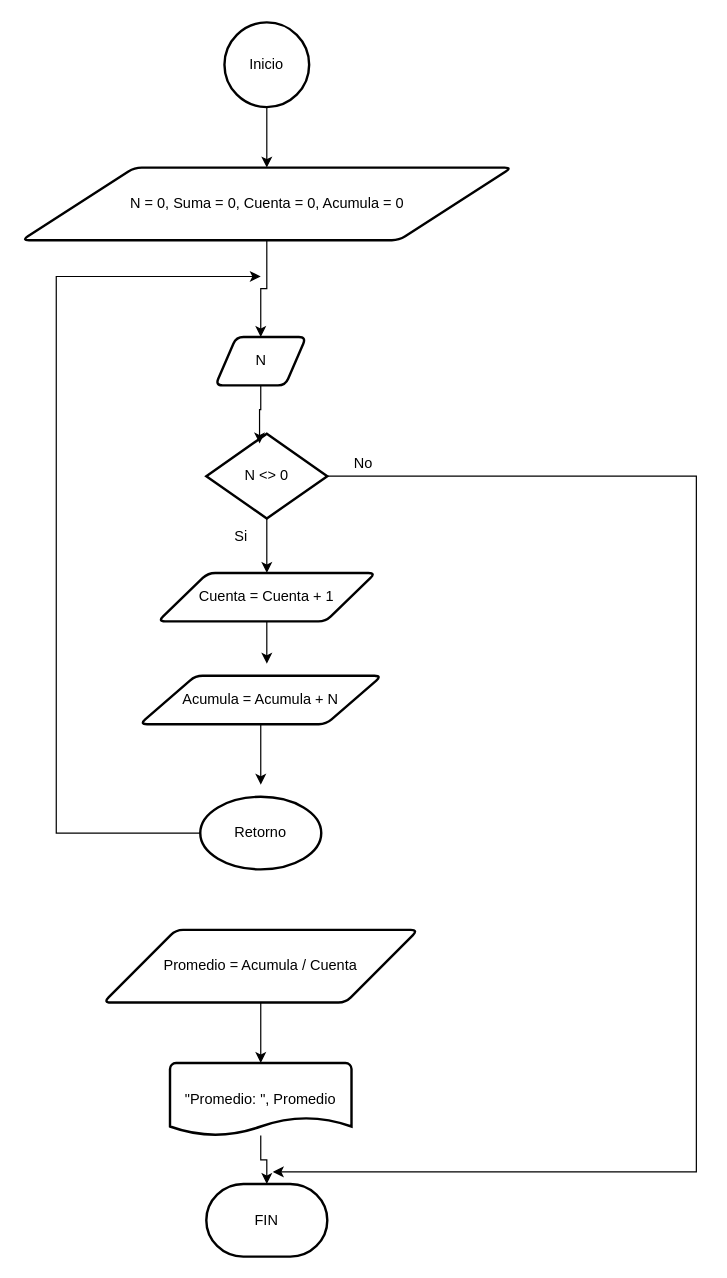
Before: Unidad_1/images/Diagrama Tarea1 Bucles y Condiciones.drawio in CGMarval/programacion, a draw.io diagram. Source tidied: cells renumbered, new cells numbered last; positions are measured from the earlier drawing's top-left corner, leaving out a move shared by most shapes. Both pictures are drawn from the tidied source at 121%, with x=0, y=0 at pixel (21, 22).
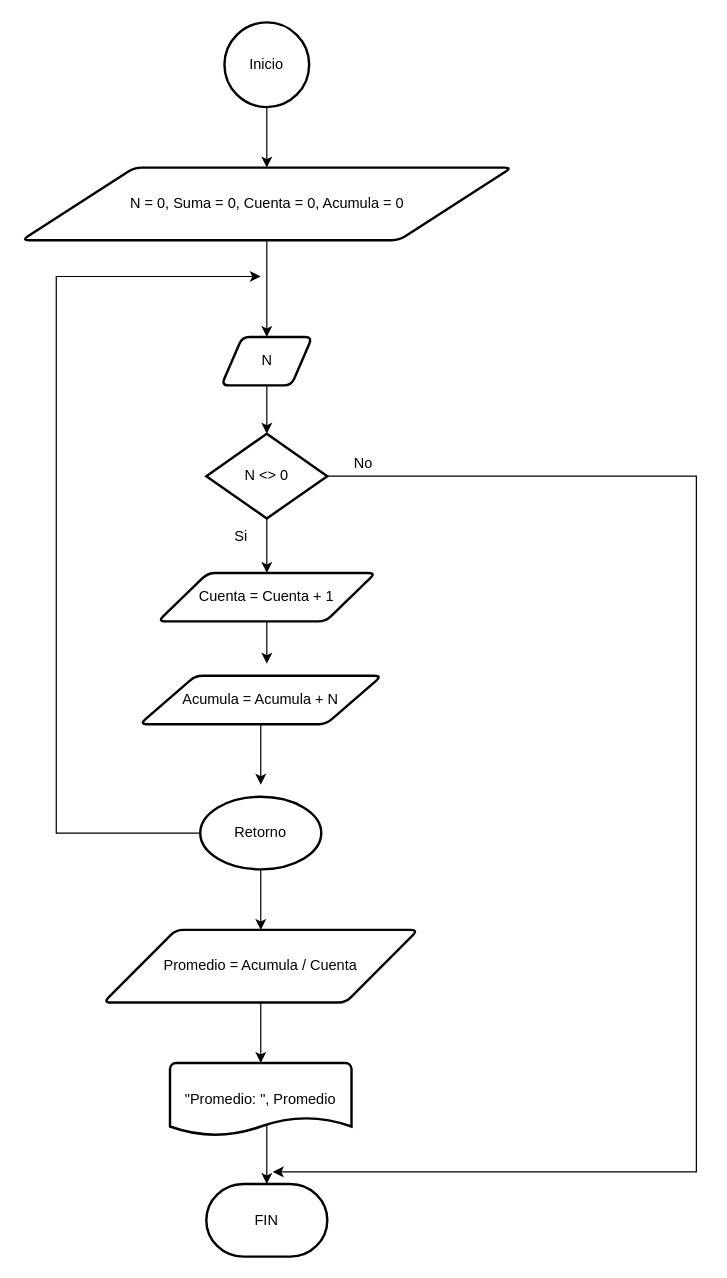
The same page after the edit.

Unchanged cells that the change refers to:
```xml
<mxCell id="9" value="N &amp;lt;&amp;gt; 0" style="strokeWidth=2;html=1;shape=mxgraph.flowchart.decision;whiteSpace=wrap;" parent="1" vertex="1">
  <mxGeometry x="153" y="340" width="100" height="70" as="geometry" />
</mxCell>
<mxCell id="15" value="Retorno" style="strokeWidth=2;html=1;shape=mxgraph.flowchart.start_1;whiteSpace=wrap;" parent="1" vertex="1">
  <mxGeometry x="148" y="640" width="100" height="60" as="geometry" />
</mxCell>
<mxCell id="18" value="Promedio = Acumula / Cuenta" style="shape=parallelogram;html=1;strokeWidth=2;perimeter=parallelogramPerimeter;whiteSpace=wrap;rounded=1;arcSize=12;size=0.23;" parent="1" vertex="1">
  <mxGeometry x="68" y="750" width="260" height="60" as="geometry" />
</mxCell>
<mxCell id="19" value="&quot;Promedio: &quot;, Promedio" style="strokeWidth=2;html=1;shape=mxgraph.flowchart.document2;whiteSpace=wrap;size=0.25;" parent="1" vertex="1">
  <mxGeometry x="123" y="860" width="150" height="60" as="geometry" />
</mxCell>
<mxCell id="21" value="FIN" style="strokeWidth=2;html=1;shape=mxgraph.flowchart.terminator;whiteSpace=wrap;" parent="1" vertex="1">
  <mxGeometry x="153" y="960" width="100" height="60" as="geometry" />
</mxCell>
```

What changed in the source:
```diff
@@
     <mxCell id="6" value="N" style="shape=parallelogram;html=1;strokeWidth=2;perimeter=parallelogramPerimeter;whiteSpace=wrap;rounded=1;arcSize=12;size=0.23;" parent="1" vertex="1">
-      <mxGeometry x="160.5" y="260" width="75" height="40" as="geometry" />
+      <mxGeometry x="165.5" y="260" width="75" height="40" as="geometry" />
     </mxCell>
@@
+    <mxCell id="24" style="edgeStyle=orthogonalEdgeStyle;rounded=0;jettySize=auto;html=1;entryX=0.5;entryY=0;entryDx=0;entryDy=0;" parent="1" edge="1" source="15" target="18">
+      <mxGeometry relative="1" as="geometry" />
+    </mxCell>
@@
-    <mxCell id="17" style="edgeStyle=orthogonalEdgeStyle;rounded=0;jettySize=auto;html=1;entryX=0.44;entryY=0.114;entryDx=0;entryDy=0;entryPerimeter=0;" parent="1" edge="1" source="6" target="9">
+    <mxCell id="17" style="edgeStyle=orthogonalEdgeStyle;rounded=0;jettySize=auto;html=1;entryX=0.5;entryY=0;entryDx=0;entryDy=0;entryPerimeter=0;" parent="1" edge="1" source="6" target="9">
       <mxGeometry relative="1" as="geometry" />
     </mxCell>
@@
-    <mxCell id="23" style="edgeStyle=orthogonalEdgeStyle;rounded=0;jettySize=auto;html=1;entryX=0.5;entryY=0;entryDx=0;entryDy=0;entryPerimeter=0;" parent="1" edge="1" source="19" target="21">
-      <mxGeometry relative="1" as="geometry" />
+    <mxCell id="23" style="edgeStyle=orthogonalEdgeStyle;rounded=0;jettySize=auto;html=1;entryX=0.5;entryY=0;entryDx=0;entryDy=0;entryPerimeter=0;exitX=0.52;exitY=0.85;exitDx=0;exitDy=0;exitPerimeter=0;" parent="1" edge="1" source="19" target="21">
+      <mxGeometry relative="1" as="geometry">
+        <Array as="points">
+          <mxPoint x="203" y="911" />
+        </Array>
+      </mxGeometry>
     </mxCell>
```
